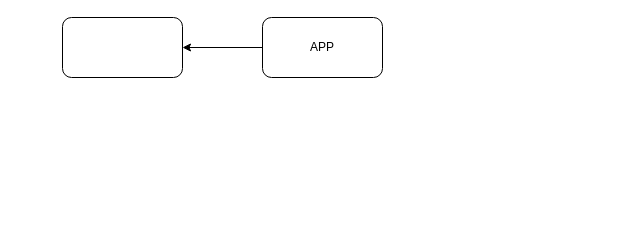
This is layout.drawio from Arjun-Gopinath/my_portfolio_website, a draw.io file, before an edit. Source tidied: cells renumbered, new cells numbered last; positions are measured from the earlier drawing's top-left corner, leaving out a move shared by most shapes. Both pictures are drawn from the tidied source at 100%, with x=0, y=0 at pixel (62, 17).
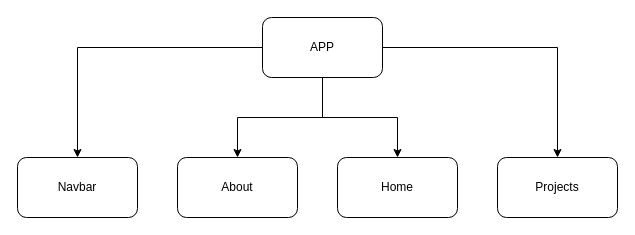
The same page after the edit.

Change to the diagram source:
```diff
@@
 <mxGraphModel>
   <root>
     <mxCell id="0" />
     <mxCell id="1" parent="0" />
     <mxCell id="2" style="edgeStyle=orthogonalEdgeStyle;rounded=0;jettySize=auto;html=1;" parent="1" edge="1" source="3" target="4">
       <mxGeometry relative="1" as="geometry" />
     </mxCell>
+    <mxCell id="5" style="edgeStyle=orthogonalEdgeStyle;rounded=0;jettySize=auto;html=1;" parent="1" edge="1" source="3" target="8">
+      <mxGeometry relative="1" as="geometry" />
+    </mxCell>
+    <mxCell id="6" style="edgeStyle=orthogonalEdgeStyle;rounded=0;jettySize=auto;html=1;" parent="1" edge="1" source="3" target="9">
+      <mxGeometry relative="1" as="geometry" />
+    </mxCell>
+    <mxCell id="7" style="edgeStyle=orthogonalEdgeStyle;rounded=0;jettySize=auto;html=1;" parent="1" edge="1" source="3" target="10">
+      <mxGeometry relative="1" as="geometry" />
+    </mxCell>
     <mxCell id="3" value="APP" style="rounded=1;whiteSpace=wrap;html=1;" parent="1" vertex="1">
       <mxGeometry x="200" width="120" height="60" as="geometry" />
     </mxCell>
-    <mxCell id="4" style="whiteSpace=wrap;html=1;rounded=1;" parent="1" vertex="1">
-      <mxGeometry width="120" height="60" as="geometry" />
+    <mxCell id="4" value="Navbar" style="whiteSpace=wrap;html=1;rounded=1;" parent="1" vertex="1">
+      <mxGeometry x="-45" y="140" width="120" height="60" as="geometry" />
     </mxCell>
+    <mxCell id="8" value="Home" style="whiteSpace=wrap;html=1;rounded=1;" parent="1" vertex="1">
+      <mxGeometry x="275" y="140" width="120" height="60" as="geometry" />
+    </mxCell>
+    <mxCell id="9" value="Projects" style="whiteSpace=wrap;html=1;rounded=1;" parent="1" vertex="1">
+      <mxGeometry x="435" y="140" width="120" height="60" as="geometry" />
+    </mxCell>
+    <mxCell id="10" value="About" style="rounded=1;whiteSpace=wrap;html=1;" parent="1" vertex="1">
+      <mxGeometry x="115" y="140" width="120" height="60" as="geometry" />
+    </mxCell>
   </root>
 </mxGraphModel>
```
